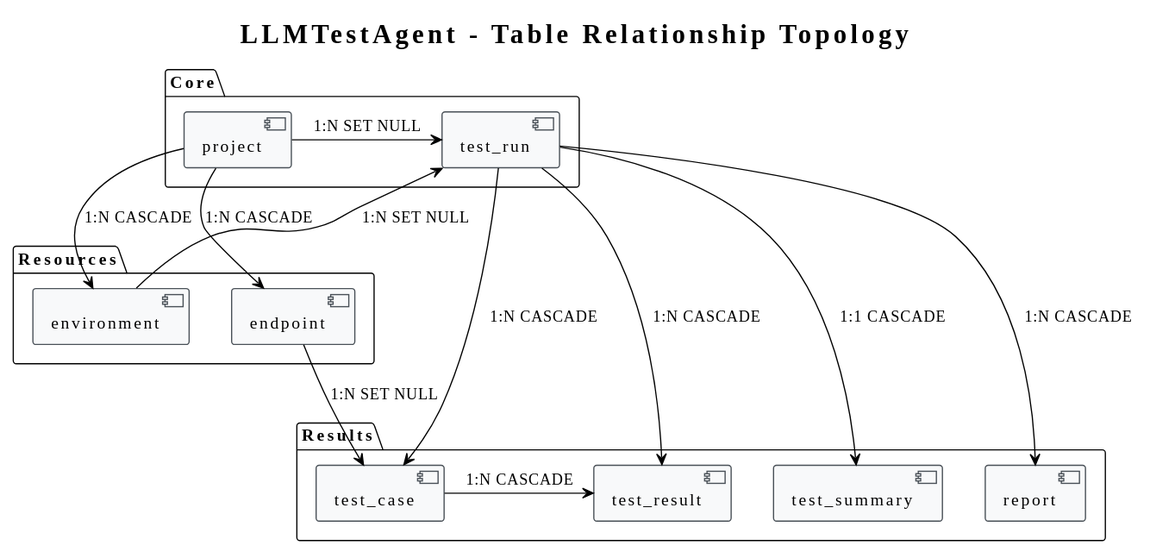
Earlier version of the PlantUML export doc/images/er-topology.svg (cmrhyq/LLMTestAgent). The source it was exported from:
```plantuml
@startuml
!theme plain
skinparam backgroundColor white
skinparam shadowing false
skinparam defaultFontName "Microsoft YaHei, SimHei, sans-serif"
skinparam component {
  BackgroundColor #F8F9FA
  BorderColor #495057
}

title LLMTestAgent - Table Relationship Topology

package "Core" {
  [project] as P
  [test_run] as TR
}

package "Resources" {
  [environment] as ENV
  [endpoint] as EP
}

package "Results" {
  [test_case] as TC
  [test_result] as TRES
  [test_summary] as TS
  [report] as RPT
}

P -down-> ENV : "1:N CASCADE"
P -down-> EP : "1:N CASCADE"
P -right-> TR : "1:N SET NULL"
ENV -right-> TR : "1:N SET NULL"
TR -down-> TC : "1:N CASCADE"
TR -down-> TRES : "1:N CASCADE"
TR -down-> TS : "1:1 CASCADE"
TR -down-> RPT : "1:N CASCADE"
EP -down-> TC : "1:N SET NULL"
TC -right-> TRES : "1:N CASCADE"
@enduml
```
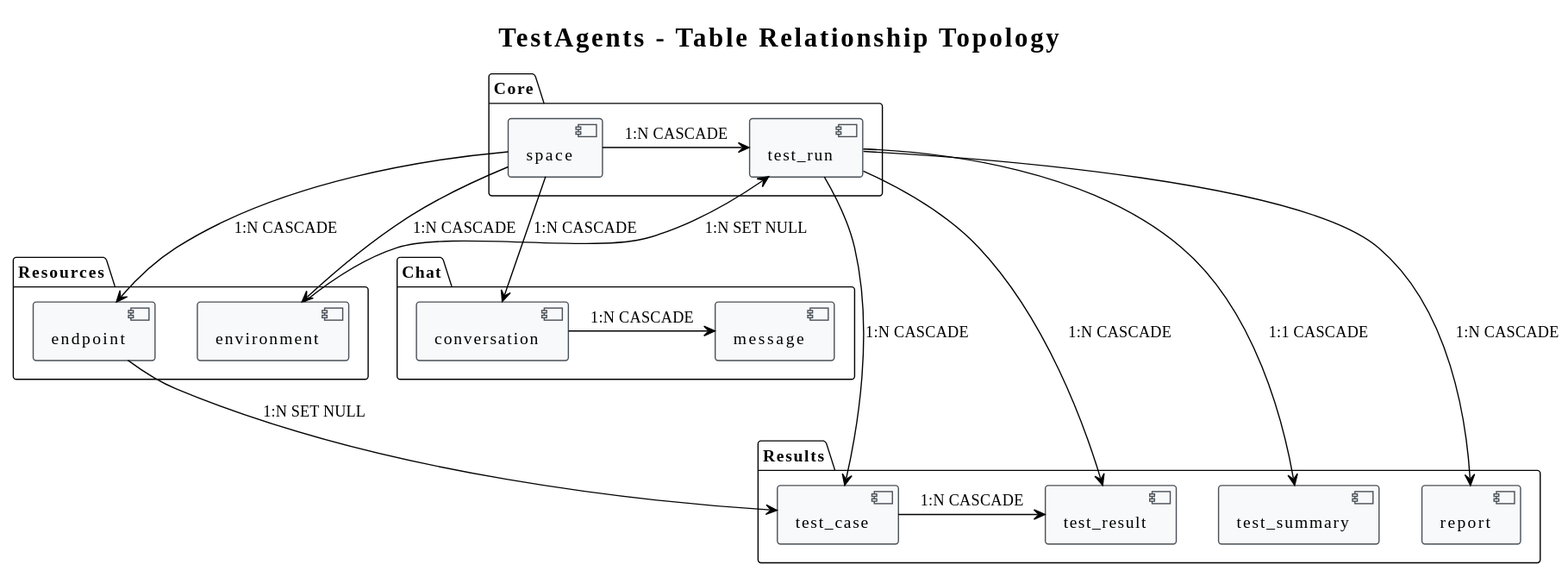
After the change.

Diff of the diagram source:
```diff
@@ -8,10 +8,10 @@
   BorderColor #495057
 }
 
-title LLMTestAgent - Table Relationship Topology
+title TestAgents - Table Relationship Topology
 
 package "Core" {
-  [project] as P
+  [space] as P
   [test_run] as TR
 }
 
@@ -27,9 +27,14 @@
   [report] as RPT
 }
 
+package "Chat" {
+  [conversation] as CONV
+  [message] as MSG
+}
+
 P -down-> ENV : "1:N CASCADE"
 P -down-> EP : "1:N CASCADE"
-P -right-> TR : "1:N SET NULL"
+P -right-> TR : "1:N CASCADE"
 ENV -right-> TR : "1:N SET NULL"
 TR -down-> TC : "1:N CASCADE"
 TR -down-> TRES : "1:N CASCADE"
@@ -37,4 +42,6 @@
 TR -down-> RPT : "1:N CASCADE"
 EP -down-> TC : "1:N SET NULL"
 TC -right-> TRES : "1:N CASCADE"
+P -down-> CONV : "1:N CASCADE"
+CONV -right-> MSG : "1:N CASCADE"
 @enduml
```
